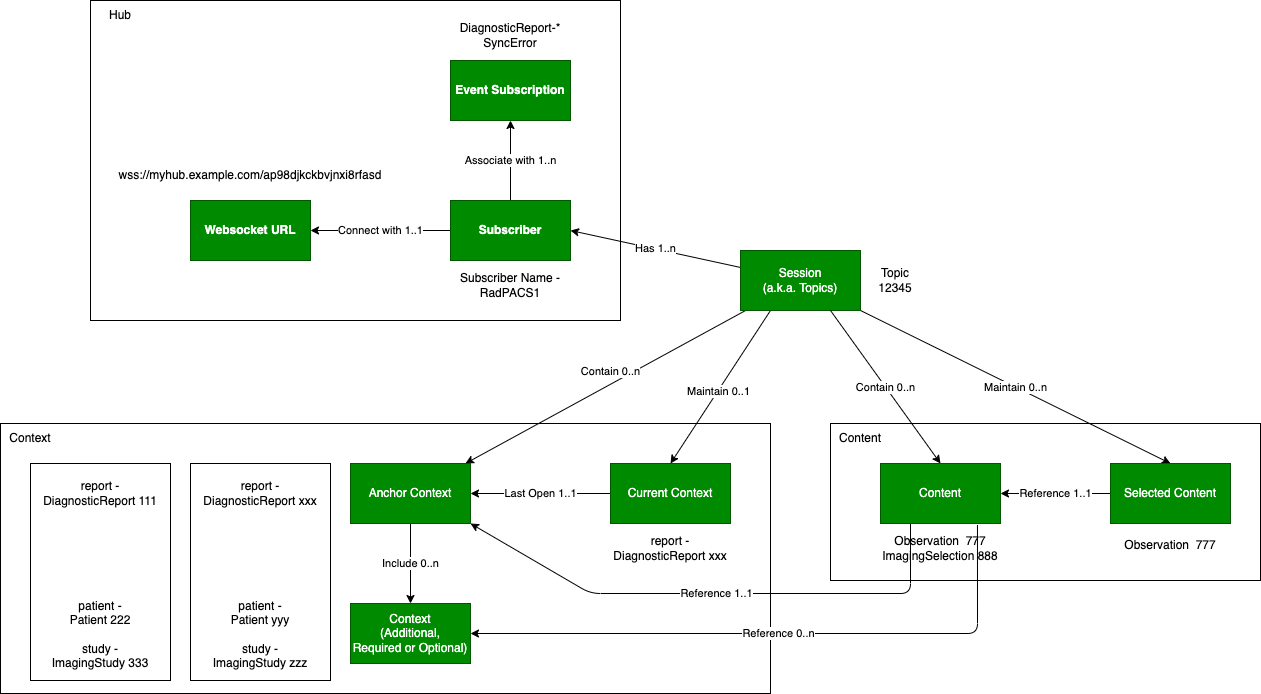
IHE/RAD.IRA keeps this draw.io diagram as input/images/data_model.png. Above is the earlier version. Source tidied: cells renumbered, new cells last; positions are measured from the earlier drawing's top-left corner, leaving out a move shared by most shapes.
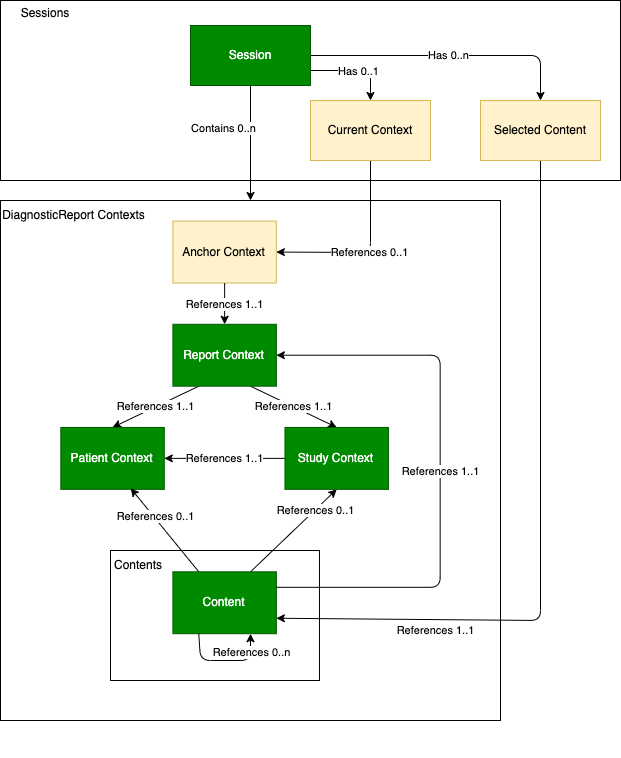
Later version of the same file.

Commit message:
Updated data model and interaction model.

What changed in the source:
```diff
@@ -2,148 +2,132 @@
   <root>
     <mxCell id="0" />
     <mxCell id="1" parent="0" />
+    <mxCell id="46" style="group;" parent="1" vertex="1">
+      <mxGeometry x="230" y="410" width="500" height="557" as="geometry" />
+    </mxCell>
-    <mxCell id="2" style="rounded=0;whiteSpace=wrap;html=1;fillColor=none;" parent="1" vertex="1">
-      <mxGeometry y="423" width="770" height="270" as="geometry" />
+    <mxCell id="2" style="rounded=0;whiteSpace=wrap;html=1;fillColor=none;" parent="46" vertex="1">
+      <mxGeometry width="500" height="520" as="geometry" />
     </mxCell>
+    <mxCell id="14" value="Anchor Context" style="whiteSpace=wrap;html=1;rounded=0;fillColor=#fff2cc;strokeColor=#d6b656;" parent="46" vertex="1">
+      <mxGeometry x="172.4" y="20.6" width="103.4" height="61.9" as="geometry" />
+    </mxCell>
+    <mxCell id="47" value="References 1..1" style="edgeStyle=none;html=1;exitX=0.25;exitY=1;exitDx=0;exitDy=0;entryX=0.5;entryY=0;entryDx=0;entryDy=0;startArrow=none;startFill=0;endArrow=classic;endFill=1;" parent="46" edge="1" source="15" target="53">
+      <mxGeometry relative="1" as="geometry" />
+    </mxCell>
+    <mxCell id="48" value="References 1..1" style="edgeStyle=none;html=1;exitX=0.75;exitY=1;exitDx=0;exitDy=0;entryX=0.5;entryY=0;entryDx=0;entryDy=0;startArrow=none;startFill=0;endArrow=classic;endFill=1;" parent="46" edge="1" source="15" target="52">
+      <mxGeometry relative="1" as="geometry" />
+    </mxCell>
+    <mxCell id="15" value="Report Context" style="whiteSpace=wrap;html=1;rounded=0;fillColor=#008a00;fontColor=#ffffff;strokeColor=#005700;" parent="46" vertex="1">
+      <mxGeometry x="172.4" y="123.8" width="103.4" height="61.9" as="geometry" />
+    </mxCell>
+    <mxCell id="12" value="References 1..1" style="edgeStyle=none;html=1;" parent="46" edge="1" source="14" target="15">
+      <mxGeometry relative="1" as="geometry" />
+    </mxCell>
+    <mxCell id="26" value="DiagnosticReport Contexts" style="text;html=1;strokeColor=none;fillColor=none;align=center;verticalAlign=middle;whiteSpace=wrap;rounded=0;" parent="46" vertex="1">
+      <mxGeometry width="146.6" height="30.9" as="geometry" />
+    </mxCell>
+    <mxCell id="49" value="References 1..1" style="edgeStyle=none;html=1;exitX=0;exitY=0.5;exitDx=0;exitDy=0;entryX=1;entryY=0.5;entryDx=0;entryDy=0;startArrow=none;startFill=0;endArrow=classic;endFill=1;" parent="46" edge="1" source="52" target="53">
+      <mxGeometry relative="1" as="geometry" />
+    </mxCell>
+    <mxCell id="50" style="edgeStyle=none;html=1;exitX=0.5;exitY=1;exitDx=0;exitDy=0;entryX=0.75;entryY=0;entryDx=0;entryDy=0;startArrow=classic;startFill=1;endArrow=none;endFill=0;" parent="46" edge="1" source="52" target="25">
+      <mxGeometry relative="1" as="geometry" />
+    </mxCell>
+    <mxCell id="51" value="References 0..1" style="edgeLabel;html=1;align=center;verticalAlign=middle;" parent="50" vertex="1">
+      <mxGeometry x="-0.5" relative="1" as="geometry" />
+    </mxCell>
+    <mxCell id="52" value="Study Context" style="whiteSpace=wrap;html=1;rounded=0;fillColor=#008a00;fontColor=#ffffff;strokeColor=#005700;" parent="46" vertex="1">
+      <mxGeometry x="284.5" y="226.9" width="103.4" height="61.9" as="geometry" />
+    </mxCell>
+    <mxCell id="53" value="Patient Context" style="whiteSpace=wrap;html=1;rounded=0;fillColor=#008a00;fontColor=#ffffff;strokeColor=#005700;" parent="46" vertex="1">
+      <mxGeometry x="60.3" y="226.9" width="103.4" height="61.9" as="geometry" />
+    </mxCell>
-    <mxCell id="3" style="rounded=0;whiteSpace=wrap;html=1;fillColor=none;" parent="1" vertex="1">
-      <mxGeometry x="830" y="423" width="430" height="157" as="geometry" />
+    <mxCell id="3" style="rounded=0;whiteSpace=wrap;html=1;fillColor=none;" parent="46" vertex="1">
+      <mxGeometry x="110" y="350" width="209" height="130" as="geometry" />
     </mxCell>
-    <mxCell id="4" style="rounded=0;whiteSpace=wrap;html=1;fillColor=none;" parent="1" vertex="1">
-      <mxGeometry x="90" width="530" height="320" as="geometry" />
-    </mxCell>
+    <mxCell id="54" style="edgeStyle=none;html=1;exitX=0.25;exitY=0;exitDx=0;exitDy=0;entryX=0.675;entryY=0.983;entryDx=0;entryDy=0;entryPerimeter=0;startArrow=none;startFill=0;endArrow=classic;endFill=1;" parent="46" edge="1" source="25" target="53">
+      <mxGeometry relative="1" as="geometry" />
+    </mxCell>
+    <mxCell id="55" value="References 0..1" style="edgeLabel;html=1;align=center;verticalAlign=middle;" parent="54" vertex="1">
+      <mxGeometry x="0.33" y="-2" relative="1" as="geometry" />
+    </mxCell>
+    <mxCell id="25" value="Content" style="whiteSpace=wrap;html=1;rounded=0;fillColor=#008a00;fontColor=#ffffff;strokeColor=#005700;" parent="46" vertex="1">
+      <mxGeometry x="172.4" y="371.3" width="103.4" height="61.9" as="geometry" />
+    </mxCell>
+    <mxCell id="27" value="Contents" style="text;html=1;strokeColor=none;fillColor=none;align=center;verticalAlign=middle;whiteSpace=wrap;rounded=0;" parent="46" vertex="1">
+      <mxGeometry x="112.1" y="350" width="51.7" height="30.9" as="geometry" />
+    </mxCell>
+    <mxCell id="22" value="References 1..1" style="edgeStyle=none;html=1;entryX=1;entryY=0.5;entryDx=0;entryDy=0;startArrow=none;startFill=0;endArrow=classic;endFill=1;exitX=1;exitY=0.25;exitDx=0;exitDy=0;" parent="46" edge="1" source="25" target="15">
+      <mxGeometry relative="1" as="geometry">
+        <Array as="points">
+          <mxPoint x="439.7" y="386.8" />
+          <mxPoint x="439.7" y="154.7" />
+        </Array>
+      </mxGeometry>
+    </mxCell>
+    <mxCell id="56" style="edgeStyle=none;html=1;exitX=0.25;exitY=1;exitDx=0;exitDy=0;entryX=0.75;entryY=1;entryDx=0;entryDy=0;startArrow=none;startFill=0;endArrow=classic;endFill=1;" parent="46" edge="1" source="25" target="25">
+      <mxGeometry relative="1" as="geometry">
+        <Array as="points">
+          <mxPoint x="200" y="460" />
+          <mxPoint x="250" y="460" />
+        </Array>
+      </mxGeometry>
+    </mxCell>
+    <mxCell id="57" value="References 0..n" style="edgeLabel;html=1;align=center;verticalAlign=middle;" parent="56" vertex="1">
+      <mxGeometry x="0.64" relative="1" as="geometry" />
+    </mxCell>
-    <mxCell id="5" style="edgeStyle=none;html=1;" parent="1" edge="1" source="11" target="14">
+    <mxCell id="5" style="edgeStyle=none;html=1;entryX=0.5;entryY=0;entryDx=0;entryDy=0;" parent="1" edge="1" source="11" target="2">
       <mxGeometry relative="1" as="geometry" />
     </mxCell>
-    <mxCell id="6" value="Contain 0..n" style="edgeLabel;html=1;align=center;verticalAlign=middle;" parent="5" vertex="1">
+    <mxCell id="6" value="Contains 0..n" style="edgeLabel;html=1;align=center;verticalAlign=middle;" parent="5" vertex="1">
       <mxGeometry x="-0.25" y="4" relative="1" as="geometry">
         <mxPoint x="-32" y="-1" as="offset" />
       </mxGeometry>
     </mxCell>
-    <mxCell id="7" value="Has 1..n" style="edgeStyle=none;html=1;entryX=1;entryY=0.5;entryDx=0;entryDy=0;" parent="1" edge="1" source="11" target="18">
-      <mxGeometry relative="1" as="geometry" />
-    </mxCell>
-    <mxCell id="8" style="edgeStyle=none;html=1;exitX=0.25;exitY=1;exitDx=0;exitDy=0;entryX=0.5;entryY=0;entryDx=0;entryDy=0;" parent="1" edge="1" source="11" target="19">
-      <mxGeometry relative="1" as="geometry" />
+    <mxCell id="8" style="edgeStyle=none;html=1;exitX=1;exitY=0.75;exitDx=0;exitDy=0;entryX=0.5;entryY=0;entryDx=0;entryDy=0;" parent="1" edge="1" source="11" target="19">
+      <mxGeometry relative="1" as="geometry">
+        <Array as="points">
+          <mxPoint x="600" y="280" />
+        </Array>
+      </mxGeometry>
     </mxCell>
-    <mxCell id="9" value="Maintain 0..1" style="edgeLabel;html=1;align=center;verticalAlign=middle;" parent="8" vertex="1">
+    <mxCell id="9" value="Has 0..1" style="edgeLabel;html=1;align=center;verticalAlign=middle;" parent="8" vertex="1">
       <mxGeometry x="0.05" relative="1" as="geometry" />
     </mxCell>
-    <mxCell id="10" value="Maintain 0..n" style="edgeStyle=none;html=1;exitX=1;exitY=1;exitDx=0;exitDy=0;entryX=0.5;entryY=0;entryDx=0;entryDy=0;startArrow=none;startFill=0;endArrow=classic;endFill=1;" parent="1" edge="1" source="11" target="30">
-      <mxGeometry relative="1" as="geometry" />
+    <mxCell id="10" value="Has 0..n" style="edgeStyle=none;html=1;exitX=1;exitY=0.5;exitDx=0;exitDy=0;entryX=0.5;entryY=0;entryDx=0;entryDy=0;startArrow=none;startFill=0;endArrow=classic;endFill=1;" parent="1" edge="1" source="11" target="30">
+      <mxGeometry relative="1" as="geometry">
+        <Array as="points">
+          <mxPoint x="770" y="265" />
+        </Array>
+      </mxGeometry>
     </mxCell>
-    <mxCell id="11" value="Session&lt;br&gt;(a.k.a. Topics)" style="rounded=0;whiteSpace=wrap;html=1;fillColor=#008a00;fontColor=#ffffff;strokeColor=#005700;" parent="1" vertex="1">
-      <mxGeometry x="740" y="250" width="120" height="60" as="geometry" />
+    <mxCell id="11" value="Session" style="rounded=0;whiteSpace=wrap;html=1;fillColor=#008a00;fontColor=#ffffff;strokeColor=#005700;" parent="1" vertex="1">
+      <mxGeometry x="420" y="235" width="120" height="60" as="geometry" />
     </mxCell>
-    <mxCell id="12" value="Include 0..n" style="edgeStyle=none;html=1;" parent="1" edge="1" source="14" target="15">
-      <mxGeometry relative="1" as="geometry" />
-    </mxCell>
-    <mxCell id="13" value="Last Open 1..1" style="edgeStyle=none;html=1;startArrow=classic;startFill=1;endArrow=none;endFill=0;" parent="1" edge="1" source="14" target="19">
-      <mxGeometry relative="1" as="geometry" />
-    </mxCell>
-    <mxCell id="14" value="Anchor Context" style="whiteSpace=wrap;html=1;rounded=0;fillColor=#008a00;fontColor=#ffffff;strokeColor=#005700;" parent="1" vertex="1">
-      <mxGeometry x="350" y="463" width="120" height="60" as="geometry" />
-    </mxCell>
-    <mxCell id="15" value="Context&lt;br&gt;(Additional,&lt;br&gt;Required or Optional)" style="whiteSpace=wrap;html=1;rounded=0;fillColor=#008a00;fontColor=#ffffff;strokeColor=#005700;" parent="1" vertex="1">
-      <mxGeometry x="350" y="603" width="120" height="60" as="geometry" />
-    </mxCell>
-    <mxCell id="16" value="Connect with 1..1" style="edgeStyle=none;html=1;" parent="1" edge="1" source="18" target="28">
-      <mxGeometry relative="1" as="geometry" />
-    </mxCell>
-    <mxCell id="17" value="Associate with 1..n" style="edgeStyle=none;html=1;" parent="1" edge="1" source="18" target="29">
-      <mxGeometry relative="1" as="geometry" />
-    </mxCell>
-    <mxCell id="18" value="Subscriber" style="whiteSpace=wrap;html=1;rounded=0;fontStyle=1;fillColor=#008a00;fontColor=#ffffff;strokeColor=#005700;" parent="1" vertex="1">
-      <mxGeometry x="450" y="200" width="120" height="60" as="geometry" />
-    </mxCell>
+    <mxCell id="58" value="References 0..1" style="edgeStyle=none;html=1;exitX=0.5;exitY=1;exitDx=0;exitDy=0;entryX=1;entryY=0.5;entryDx=0;entryDy=0;startArrow=none;startFill=0;endArrow=classic;endFill=1;" parent="1" edge="1" source="19" target="14">
+      <mxGeometry relative="1" as="geometry">
+        <Array as="points">
+          <mxPoint x="600" y="462" />
+        </Array>
+      </mxGeometry>
+    </mxCell>
-    <mxCell id="19" value="Current Context" style="whiteSpace=wrap;html=1;rounded=0;fillColor=#008a00;fontColor=#ffffff;strokeColor=#005700;" parent="1" vertex="1">
-      <mxGeometry x="610" y="463" width="120" height="60" as="geometry" />
+    <mxCell id="19" value="Current Context" style="whiteSpace=wrap;html=1;rounded=0;fillColor=#fff2cc;strokeColor=#d6b656;" parent="1" vertex="1">
+      <mxGeometry x="540" y="310" width="120" height="60" as="geometry" />
     </mxCell>
-    <mxCell id="20" value="Contain 0..n" style="edgeStyle=none;html=1;exitX=0.5;exitY=0;exitDx=0;exitDy=0;entryX=0.75;entryY=1;entryDx=0;entryDy=0;startArrow=classic;startFill=1;endArrow=none;endFill=0;" parent="1" edge="1" source="25" target="11">
-      <mxGeometry relative="1" as="geometry" />
-    </mxCell>
-    <mxCell id="21" value="Reference 1..1" style="edgeStyle=none;html=1;exitX=0.25;exitY=1;exitDx=0;exitDy=0;entryX=1;entryY=1;entryDx=0;entryDy=0;startArrow=none;startFill=0;endArrow=classic;endFill=1;" parent="1" edge="1" source="25" target="14">
-      <mxGeometry relative="1" as="geometry">
-        <Array as="points">
-          <mxPoint x="910" y="593" />
-          <mxPoint x="590" y="593" />
-        </Array>
-      </mxGeometry>
-    </mxCell>
-    <mxCell id="22" value="Reference 0..n" style="edgeStyle=none;html=1;entryX=1;entryY=0.5;entryDx=0;entryDy=0;startArrow=none;startFill=0;endArrow=classic;endFill=1;exitX=0.808;exitY=1.025;exitDx=0;exitDy=0;exitPerimeter=0;" parent="1" edge="1" source="25" target="15">
-      <mxGeometry relative="1" as="geometry">
-        <Array as="points">
-          <mxPoint x="977" y="633" />
-        </Array>
-      </mxGeometry>
-    </mxCell>
-    <mxCell id="23" value="Hub" style="text;html=1;strokeColor=none;fillColor=none;align=center;verticalAlign=middle;whiteSpace=wrap;rounded=0;" parent="1" vertex="1">
-      <mxGeometry x="90" width="60" height="30" as="geometry" />
-    </mxCell>
-    <mxCell id="24" value="Reference 1..1" style="edgeStyle=none;html=1;startArrow=classic;startFill=1;endArrow=none;endFill=0;" parent="1" edge="1" source="25" target="30">
-      <mxGeometry relative="1" as="geometry" />
+    <mxCell id="24" value="References 1..1" style="edgeStyle=none;html=1;startArrow=classic;startFill=1;endArrow=none;endFill=0;exitX=1;exitY=0.75;exitDx=0;exitDy=0;entryX=0.5;entryY=1;entryDx=0;entryDy=0;" parent="1" edge="1" source="25" target="30">
+      <mxGeometry x="-0.56" y="-11" relative="1" as="geometry">
+        <Array as="points">
+          <mxPoint x="770" y="830" />
+        </Array>
+      </mxGeometry>
     </mxCell>
-    <mxCell id="25" value="Content" style="whiteSpace=wrap;html=1;rounded=0;fillColor=#008a00;fontColor=#ffffff;strokeColor=#005700;" parent="1" vertex="1">
-      <mxGeometry x="880" y="463" width="120" height="60" as="geometry" />
-    </mxCell>
-    <mxCell id="26" value="Context&lt;span style=&quot;color: rgba(0 , 0 , 0 , 0) ; font-family: monospace ; font-size: 0px&quot;&gt;%3CmxGraphModel%3E%3Croot%3E%3CmxCell%20id%3D%220%22%2F%3E%3CmxCell%20id%3D%221%22%20parent%3D%220%22%2F%3E%3CmxCell%20id%3D%222%22%20value%3D%22%22%20style%3D%22rounded%3D0%3BwhiteSpace%3Dwrap%3Bhtml%3D1%3BfillColor%3Dnone%3B%22%20vertex%3D%221%22%20parent%3D%221%22%3E%3CmxGeometry%20x%3D%22-330%22%20y%3D%22-80%22%20width%3D%22740%22%20height%3D%22130%22%20as%3D%22geometry%22%2F%3E%3C%2FmxCell%3E%3CmxCell%20id%3D%223%22%20value%3D%22Activity%22%20style%3D%22text%3Bhtml%3D1%3BstrokeColor%3Dnone%3BfillColor%3Dnone%3Balign%3Dcenter%3BverticalAlign%3Dmiddle%3BwhiteSpace%3Dwrap%3Brounded%3D0%3B%22%20vertex%3D%221%22%20parent%3D%221%22%3E%3CmxGeometry%20x%3D%22-330%22%20y%3D%22-80%22%20width%3D%2260%22%20height%3D%2230%22%20as%3D%22geometry%22%2F%3E%3C%2FmxCell%3E%3C%2Froot%3E%3C%2FmxGraphModel%3E&lt;/span&gt;" style="text;html=1;strokeColor=none;fillColor=none;align=center;verticalAlign=middle;whiteSpace=wrap;rounded=0;" parent="1" vertex="1">
-      <mxGeometry y="423" width="60" height="30" as="geometry" />
-    </mxCell>
-    <mxCell id="27" value="Content" style="text;html=1;strokeColor=none;fillColor=none;align=center;verticalAlign=middle;whiteSpace=wrap;rounded=0;" parent="1" vertex="1">
-      <mxGeometry x="830" y="423" width="60" height="30" as="geometry" />
-    </mxCell>
-    <mxCell id="28" value="Websocket URL" style="whiteSpace=wrap;html=1;fillColor=#008a00;strokeColor=#005700;fontColor=#ffffff;rounded=0;fontStyle=1;" parent="1" vertex="1">
-      <mxGeometry x="190" y="200" width="120" height="60" as="geometry" />
-    </mxCell>
-    <mxCell id="29" value="Event Subscription" style="whiteSpace=wrap;html=1;fillColor=#008a00;strokeColor=#005700;fontColor=#ffffff;rounded=0;fontStyle=1;" parent="1" vertex="1">
-      <mxGeometry x="450" y="60" width="120" height="60" as="geometry" />
-    </mxCell>
-    <mxCell id="30" value="Selected Content" style="whiteSpace=wrap;html=1;fillColor=#008a00;strokeColor=#005700;fontColor=#ffffff;rounded=0;" parent="1" vertex="1">
-      <mxGeometry x="1110" y="463" width="120" height="60" as="geometry" />
+    <mxCell id="30" value="Selected Content" style="whiteSpace=wrap;html=1;fillColor=#fff2cc;strokeColor=#d6b656;rounded=0;" parent="1" vertex="1">
+      <mxGeometry x="710" y="310" width="120" height="60" as="geometry" />
     </mxCell>
-    <mxCell id="31" value="Topic 12345" style="text;strokeColor=none;align=center;fillColor=none;html=1;verticalAlign=middle;whiteSpace=wrap;rounded=0;" parent="1" vertex="1">
-      <mxGeometry x="865" y="265" width="60" height="30" as="geometry" />
-    </mxCell>
-    <mxCell id="32" style="group;" parent="1" vertex="1">
-      <mxGeometry x="30" y="463" width="140" height="217.2" as="geometry" />
-    </mxCell>
-    <mxCell id="33" style="whiteSpace=wrap;html=1;fillColor=none;" parent="32" vertex="1">
-      <mxGeometry width="140" height="217" as="geometry" />
-    </mxCell>
-    <mxCell id="34" value="patient -&lt;br&gt;Patient 222&lt;br&gt;&lt;br&gt;study - ImagingStudy 333" style="text;strokeColor=none;align=center;fillColor=none;html=1;verticalAlign=middle;whiteSpace=wrap;rounded=0;" parent="32" vertex="1">
-      <mxGeometry x="15" y="124.2" width="110" height="93" as="geometry" />
-    </mxCell>
-    <mxCell id="35" value="report - DiagnosticReport 111" style="text;strokeColor=none;align=center;fillColor=none;html=1;verticalAlign=middle;whiteSpace=wrap;rounded=0;" parent="32" vertex="1">
-      <mxGeometry x="10" y="15" width="120" height="30" as="geometry" />
-    </mxCell>
-    <mxCell id="36" style="group;" parent="1" vertex="1">
-      <mxGeometry x="190" y="463" width="140" height="217.2" as="geometry" />
-    </mxCell>
-    <mxCell id="37" style="whiteSpace=wrap;html=1;fillColor=none;" parent="36" vertex="1">
-      <mxGeometry width="140" height="217" as="geometry" />
-    </mxCell>
-    <mxCell id="38" value="patient -&lt;br&gt;Patient yyy&lt;br&gt;&lt;br&gt;study - ImagingStudy zzz" style="text;strokeColor=none;align=center;fillColor=none;html=1;verticalAlign=middle;whiteSpace=wrap;rounded=0;" parent="36" vertex="1">
-      <mxGeometry x="15" y="124.2" width="110" height="93" as="geometry" />
-    </mxCell>
-    <mxCell id="39" value="report - DiagnosticReport xxx" style="text;strokeColor=none;align=center;fillColor=none;html=1;verticalAlign=middle;whiteSpace=wrap;rounded=0;" parent="36" vertex="1">
-      <mxGeometry x="10" y="15" width="120" height="30" as="geometry" />
-    </mxCell>
-    <mxCell id="40" value="report - DiagnosticReport xxx" style="text;strokeColor=none;align=center;fillColor=none;html=1;verticalAlign=middle;whiteSpace=wrap;rounded=0;" parent="1" vertex="1">
-      <mxGeometry x="610" y="533" width="120" height="30" as="geometry" />
-    </mxCell>
-    <mxCell id="41" value="Observation&amp;nbsp; 777&lt;br&gt;ImagingSelection 888" style="text;strokeColor=none;align=center;fillColor=none;html=1;verticalAlign=middle;whiteSpace=wrap;rounded=0;" parent="1" vertex="1">
-      <mxGeometry x="870" y="533" width="140" height="30" as="geometry" />
-    </mxCell>
-    <mxCell id="42" value="Observation&amp;nbsp; 777" style="text;strokeColor=none;align=center;fillColor=none;html=1;verticalAlign=middle;whiteSpace=wrap;rounded=0;" parent="1" vertex="1">
-      <mxGeometry x="1100" y="530" width="140" height="30" as="geometry" />
-    </mxCell>
-    <mxCell id="43" value="Subscriber Name - RadPACS1" style="text;strokeColor=none;align=center;fillColor=none;html=1;verticalAlign=middle;whiteSpace=wrap;rounded=0;" parent="1" vertex="1">
-      <mxGeometry x="455" y="270" width="110" height="30" as="geometry" />
-    </mxCell>
-    <mxCell id="44" value="DiagnosticReport-*&lt;br&gt;SyncError" style="text;strokeColor=none;align=center;fillColor=none;html=1;verticalAlign=middle;whiteSpace=wrap;rounded=0;" parent="1" vertex="1">
-      <mxGeometry x="455" y="20" width="110" height="30" as="geometry" />
-    </mxCell>
-    <mxCell id="45" value="wss://myhub.example.com/ap98djkckbvjnxi8rfasd" style="text;strokeColor=none;align=center;fillColor=none;html=1;verticalAlign=middle;whiteSpace=wrap;rounded=0;" parent="1" vertex="1">
-      <mxGeometry x="195" y="160" width="110" height="30" as="geometry" />
-    </mxCell>
+    <mxCell id="59" style="rounded=0;whiteSpace=wrap;html=1;fillColor=none;" parent="1" vertex="1">
+      <mxGeometry x="230" y="210" width="620" height="180" as="geometry" />
+    </mxCell>
+    <mxCell id="60" value="Sessions" style="text;html=1;strokeColor=none;fillColor=none;align=center;verticalAlign=middle;whiteSpace=wrap;rounded=0;" parent="1" vertex="1">
+      <mxGeometry x="230" y="210" width="90" height="25.9" as="geometry" />
+    </mxCell>
   </root>
 </mxGraphModel>
```
